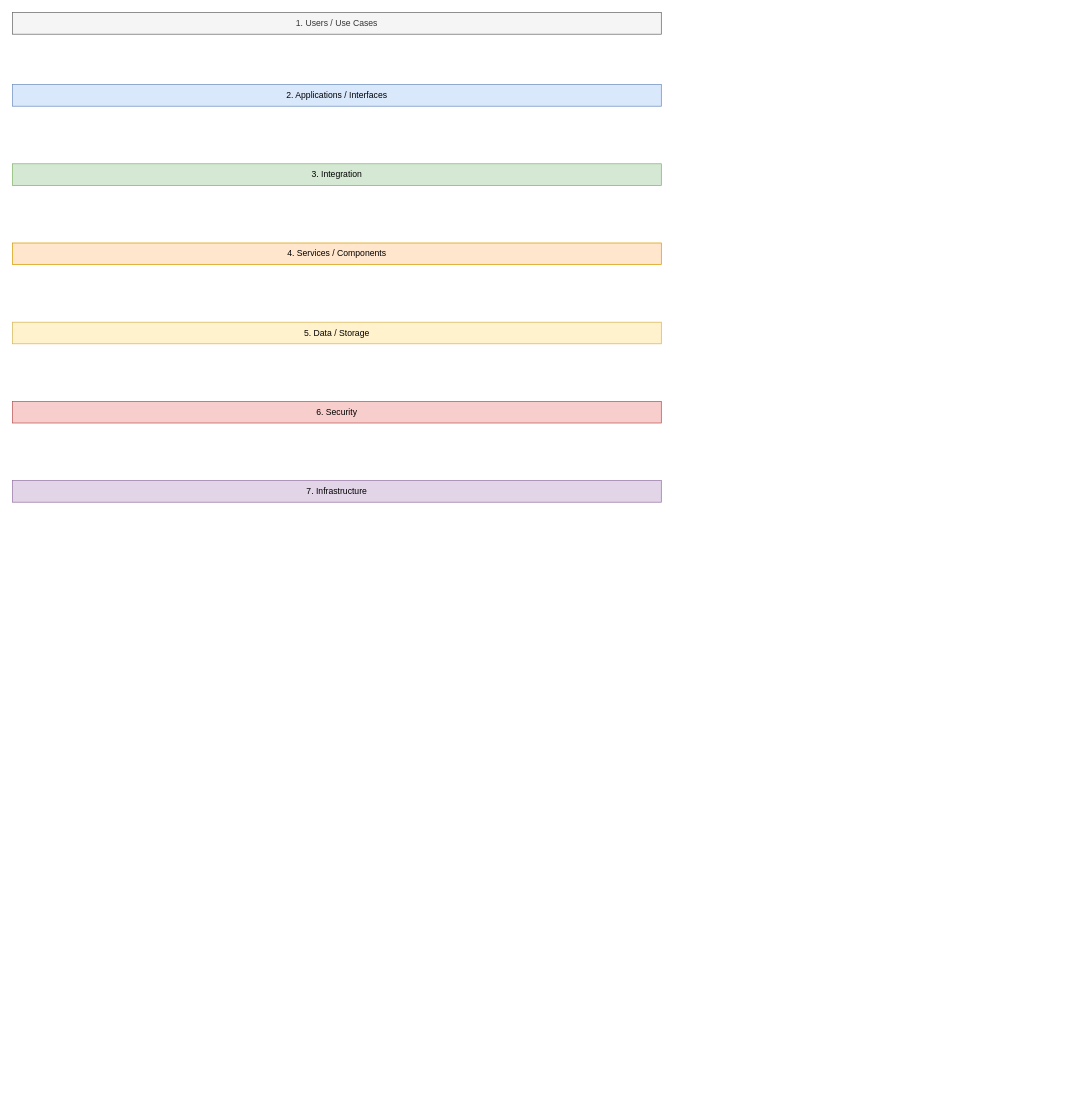
The draw.io diagram SPSM_Architecture_Matrix.drawio in Mundrack/Diagramas-DrawIO, before the edit. Source tidied: cells renumbered, new cells numbered last; positions are measured from the earlier drawing's top-left corner, leaving out a move shared by most shapes. Both pictures are drawn from the tidied source at 72%, with x=0, y=0 at pixel (12, 12).
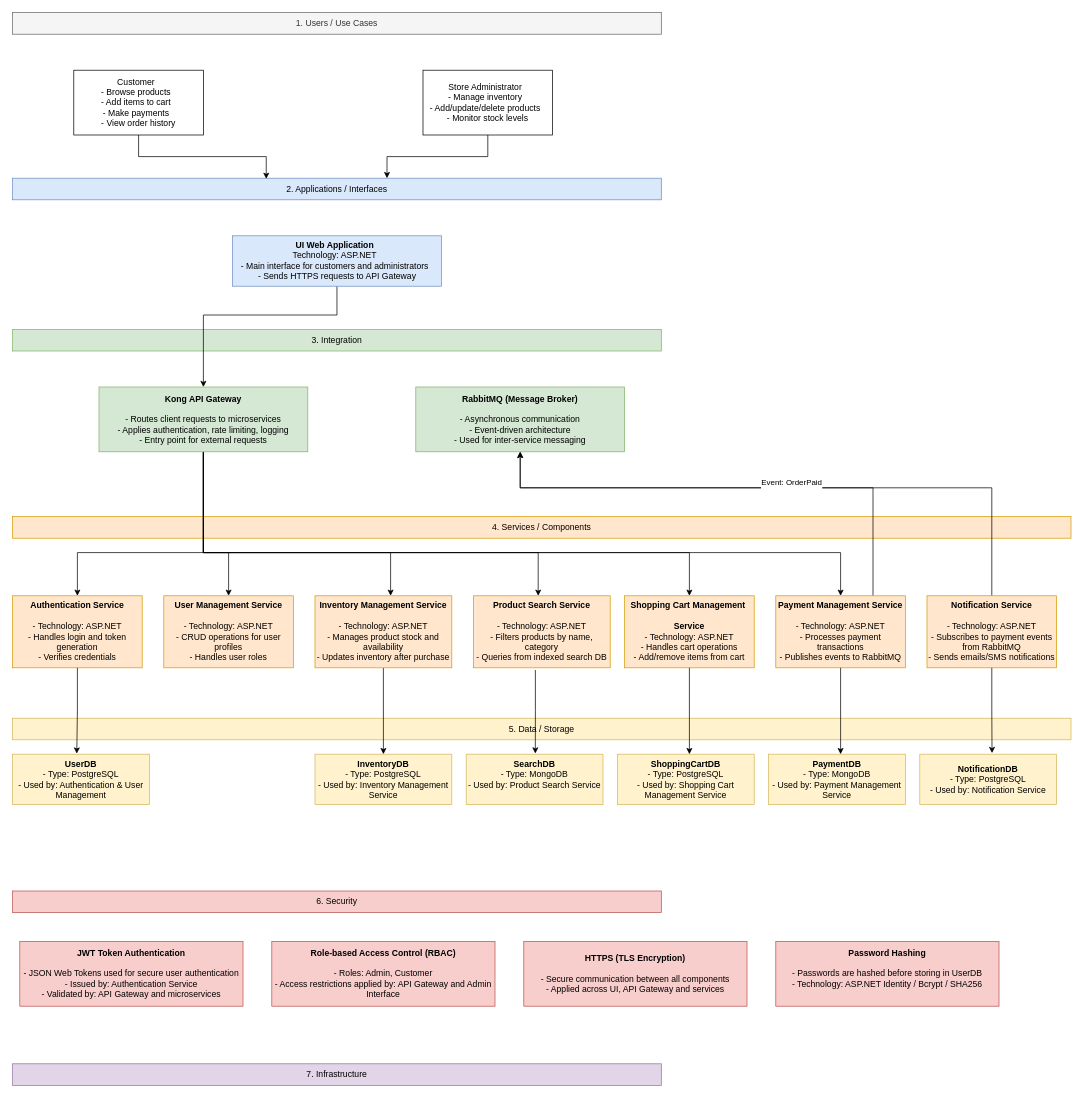
The same page after the edit.

Diff of the diagram source:
```diff
@@
     <mxCell id="3" value="&lt;div&gt;2. Applications / Interfaces&lt;/div&gt;" style="rounded=0;whiteSpace=wrap;html=1;fillColor=#dae8fc;strokeColor=#6c8ebf;" parent="1" vertex="1">
-      <mxGeometry y="100" width="901" height="30" as="geometry" />
+      <mxGeometry y="230" width="901" height="30" as="geometry" />
     </mxCell>
     <mxCell id="4" value="&lt;div&gt;3. Integration&lt;/div&gt;" style="rounded=0;whiteSpace=wrap;html=1;fillColor=#d5e8d4;strokeColor=#82b366;" parent="1" vertex="1">
-      <mxGeometry y="210" width="901" height="30" as="geometry" />
+      <mxGeometry y="440" width="901" height="30" as="geometry" />
     </mxCell>
-    <mxCell id="5" value="5. Data / Storage" style="rounded=0;whiteSpace=wrap;html=1;fillColor=#fff2cc;strokeColor=#d6b656;" parent="1" vertex="1">
-      <mxGeometry y="430" width="901" height="30" as="geometry" />
+    <mxCell id="5" value="&lt;div style=&quot;&quot;&gt;&lt;span style=&quot;background-color: transparent; color: light-dark(rgb(0, 0, 0), rgb(255, 255, 255));&quot;&gt;5. Data / Storage&lt;/span&gt;&lt;/div&gt;" style="rounded=0;whiteSpace=wrap;html=1;fillColor=#fff2cc;strokeColor=#d6b656;align=center;" parent="1" vertex="1">
+      <mxGeometry y="980" width="1470" height="30" as="geometry" />
     </mxCell>
     <mxCell id="6" value="4. Services / Components" style="rounded=0;whiteSpace=wrap;html=1;fillColor=#ffe6cc;strokeColor=#d79b00;" parent="1" vertex="1">
-      <mxGeometry y="320" width="901" height="30" as="geometry" />
+      <mxGeometry y="700" width="1470" height="30" as="geometry" />
     </mxCell>
     <mxCell id="7" value="6. Security" style="rounded=0;whiteSpace=wrap;html=1;fillColor=#f8cecc;strokeColor=#b85450;" parent="1" vertex="1">
-      <mxGeometry y="540" width="901" height="30" as="geometry" />
+      <mxGeometry y="1220" width="901" height="30" as="geometry" />
     </mxCell>
     <mxCell id="8" value="7. Infrastructure" style="rounded=0;whiteSpace=wrap;html=1;fillColor=#e1d5e7;strokeColor=#9673a6;" parent="1" vertex="1">
-      <mxGeometry y="650" width="901" height="30" as="geometry" />
+      <mxGeometry y="1460" width="901" height="30" as="geometry" />
     </mxCell>
+    <mxCell id="9" style="edgeStyle=orthogonalEdgeStyle;rounded=0;jettySize=auto;html=1;entryX=0.391;entryY=0.033;entryDx=0;entryDy=0;entryPerimeter=0;" parent="1" edge="1" source="10" target="3">
+      <mxGeometry relative="1" as="geometry" />
+    </mxCell>
+    <mxCell id="10" value="&lt;div&gt;Customer&amp;nbsp;&amp;nbsp;&lt;/div&gt;&lt;div&gt;- Browse products&amp;nbsp;&amp;nbsp;&lt;/div&gt;&lt;div&gt;- Add items to cart&amp;nbsp;&amp;nbsp;&lt;/div&gt;&lt;div&gt;- Make payments&amp;nbsp;&amp;nbsp;&lt;/div&gt;&lt;div&gt;- View order history&lt;/div&gt;" style="whiteSpace=wrap;html=1;" parent="1" vertex="1">
+      <mxGeometry x="85" y="80" width="180" height="90" as="geometry" />
+    </mxCell>
+    <mxCell id="11" style="edgeStyle=orthogonalEdgeStyle;rounded=0;jettySize=auto;html=1;exitX=0.5;exitY=1;exitDx=0;exitDy=0;" parent="1" edge="1" source="12">
+      <mxGeometry relative="1" as="geometry">
+        <mxPoint x="520" y="230" as="targetPoint" />
+        <Array as="points">
+          <mxPoint x="660" y="200" />
+          <mxPoint x="520" y="200" />
+          <mxPoint x="520" y="230" />
+        </Array>
+      </mxGeometry>
+    </mxCell>
+    <mxCell id="12" value="&lt;div&gt;Store Administrator&amp;nbsp;&amp;nbsp;&lt;/div&gt;&lt;div&gt;- Manage inventory&amp;nbsp;&amp;nbsp;&lt;/div&gt;&lt;div&gt;- Add/update/delete products&amp;nbsp;&amp;nbsp;&lt;/div&gt;&lt;div&gt;- Monitor stock levels&lt;/div&gt;" style="whiteSpace=wrap;html=1;" parent="1" vertex="1">
+      <mxGeometry x="570" y="80" width="180" height="90" as="geometry" />
+    </mxCell>
+    <mxCell id="13" style="edgeStyle=orthogonalEdgeStyle;rounded=0;jettySize=auto;html=1;exitX=0.5;exitY=1;exitDx=0;exitDy=0;" parent="1" edge="1" source="14" target="21">
+      <mxGeometry relative="1" as="geometry">
+        <Array as="points">
+          <mxPoint x="451" y="420" />
+          <mxPoint x="265" y="420" />
+        </Array>
+      </mxGeometry>
+    </mxCell>
+    <mxCell id="14" value="&lt;div&gt;&lt;b&gt;UI Web Application&amp;nbsp;&amp;nbsp;&lt;/b&gt;&lt;/div&gt;&lt;div&gt;Technology: ASP.NET&amp;nbsp;&amp;nbsp;&lt;/div&gt;&lt;div&gt;- Main interface for customers and administrators&amp;nbsp;&amp;nbsp;&lt;/div&gt;&lt;div&gt;- Sends HTTPS requests to API Gateway&lt;/div&gt;" style="whiteSpace=wrap;html=1;fillColor=#dae8fc;strokeColor=#6c8ebf;" parent="1" vertex="1">
+      <mxGeometry x="305.5" y="310" width="290" height="70" as="geometry" />
+    </mxCell>
+    <mxCell id="15" style="edgeStyle=orthogonalEdgeStyle;rounded=0;jettySize=auto;html=1;entryX=0.5;entryY=0;entryDx=0;entryDy=0;" parent="1" edge="1" source="21" target="23">
+      <mxGeometry relative="1" as="geometry">
+        <Array as="points">
+          <mxPoint x="265" y="750" />
+          <mxPoint x="90" y="750" />
+        </Array>
+      </mxGeometry>
+    </mxCell>
+    <mxCell id="16" style="edgeStyle=orthogonalEdgeStyle;rounded=0;jettySize=auto;html=1;entryX=0.5;entryY=0;entryDx=0;entryDy=0;" parent="1" edge="1" source="21" target="24">
+      <mxGeometry relative="1" as="geometry">
+        <Array as="points">
+          <mxPoint x="265" y="750" />
+          <mxPoint x="300" y="750" />
+        </Array>
+      </mxGeometry>
+    </mxCell>
+    <mxCell id="17" style="edgeStyle=orthogonalEdgeStyle;rounded=0;jettySize=auto;html=1;" parent="1" edge="1" source="21" target="26">
+      <mxGeometry relative="1" as="geometry">
+        <Array as="points">
+          <mxPoint x="265" y="750" />
+          <mxPoint x="525" y="750" />
+        </Array>
+      </mxGeometry>
+    </mxCell>
+    <mxCell id="18" style="edgeStyle=orthogonalEdgeStyle;rounded=0;jettySize=auto;html=1;" parent="1" edge="1" source="21" target="27">
+      <mxGeometry relative="1" as="geometry">
+        <Array as="points">
+          <mxPoint x="265" y="750" />
+          <mxPoint x="730" y="750" />
+        </Array>
+      </mxGeometry>
+    </mxCell>
+    <mxCell id="19" style="edgeStyle=orthogonalEdgeStyle;rounded=0;jettySize=auto;html=1;" parent="1" edge="1" source="21" target="28">
+      <mxGeometry relative="1" as="geometry">
+        <Array as="points">
+          <mxPoint x="265" y="750" />
+          <mxPoint x="940" y="750" />
+        </Array>
+      </mxGeometry>
+    </mxCell>
+    <mxCell id="20" style="edgeStyle=orthogonalEdgeStyle;rounded=0;jettySize=auto;html=1;" parent="1" edge="1" source="21" target="30">
+      <mxGeometry relative="1" as="geometry">
+        <Array as="points">
+          <mxPoint x="265" y="750" />
+          <mxPoint x="1150" y="750" />
+        </Array>
+      </mxGeometry>
+    </mxCell>
+    <mxCell id="21" value="&lt;div&gt;&lt;b&gt;Kong API Gateway&lt;/b&gt;&lt;/div&gt;&lt;div&gt;&lt;br&gt;&lt;/div&gt;&lt;div&gt;- Routes client requests to microservices&lt;/div&gt;&lt;div&gt;- Applies authentication, rate limiting, logging&lt;/div&gt;&lt;div&gt;- Entry point for external requests&lt;/div&gt;" style="whiteSpace=wrap;html=1;fillColor=#d5e8d4;strokeColor=#82b366;" parent="1" vertex="1">
+      <mxGeometry x="120" y="520" width="290" height="90" as="geometry" />
+    </mxCell>
+    <mxCell id="22" value="&lt;div&gt;&lt;b&gt;RabbitMQ (Message Broker)&lt;/b&gt;&lt;/div&gt;&lt;div&gt;&lt;b&gt;&lt;br&gt;&lt;/b&gt;&lt;/div&gt;&lt;div&gt;- Asynchronous communication&lt;/div&gt;&lt;div&gt;- Event-driven architecture&lt;/div&gt;&lt;div&gt;- Used for inter-service messaging&lt;/div&gt;" style="whiteSpace=wrap;html=1;fillColor=#d5e8d4;strokeColor=#82b366;" parent="1" vertex="1">
+      <mxGeometry x="560" y="520" width="290" height="90" as="geometry" />
+    </mxCell>
+    <mxCell id="23" value="&lt;div&gt;&lt;b&gt;Authentication Service&lt;/b&gt;&lt;/div&gt;&lt;div&gt;&lt;b&gt;&lt;br&gt;&lt;/b&gt;&lt;/div&gt;&lt;div&gt;- Technology: ASP.NET&lt;/div&gt;&lt;div&gt;- Handles login and token generation&lt;/div&gt;&lt;div&gt;- Verifies credentials&lt;/div&gt;" style="whiteSpace=wrap;html=1;fillColor=#ffe6cc;strokeColor=#d79b00;" parent="1" vertex="1">
+      <mxGeometry y="810" width="180" height="100" as="geometry" />
+    </mxCell>
+    <mxCell id="24" value="&lt;div&gt;&lt;b&gt;User Management Service&lt;/b&gt;&lt;/div&gt;&lt;div&gt;&lt;b&gt;&lt;br&gt;&lt;/b&gt;&lt;/div&gt;&lt;div&gt;- Technology: ASP.NET&lt;/div&gt;&lt;div&gt;- CRUD operations for user profiles&lt;/div&gt;&lt;div&gt;- Handles user roles&lt;/div&gt;" style="whiteSpace=wrap;html=1;fillColor=#ffe6cc;strokeColor=#d79b00;" parent="1" vertex="1">
+      <mxGeometry x="210" y="810" width="180" height="100" as="geometry" />
+    </mxCell>
+    <mxCell id="25" style="edgeStyle=orthogonalEdgeStyle;rounded=0;jettySize=auto;html=1;" parent="1" edge="1" source="26" target="34">
+      <mxGeometry relative="1" as="geometry" />
+    </mxCell>
+    <mxCell id="26" value="&lt;div&gt;&lt;b&gt;Inventory Management Service&lt;/b&gt;&lt;/div&gt;&lt;div&gt;&lt;b&gt;&lt;br&gt;&lt;/b&gt;&lt;/div&gt;&lt;div&gt;- Technology: ASP.NET&lt;/div&gt;&lt;div&gt;- Manages product stock and availability&lt;/div&gt;&lt;div&gt;- Updates inventory after purchase&lt;/div&gt;" style="whiteSpace=wrap;html=1;fillColor=#ffe6cc;strokeColor=#d79b00;" parent="1" vertex="1">
+      <mxGeometry x="420" y="810" width="190" height="100" as="geometry" />
+    </mxCell>
+    <mxCell id="27" value="&lt;div&gt;&lt;b&gt;Product Search Service&lt;/b&gt;&lt;/div&gt;&lt;div&gt;&lt;b&gt;&lt;br&gt;&lt;/b&gt;&lt;/div&gt;&lt;div&gt;- Technology: ASP.NET&lt;/div&gt;&lt;div&gt;- Filters products by name, category&lt;/div&gt;&lt;div&gt;- Queries from indexed search DB&lt;/div&gt;" style="whiteSpace=wrap;html=1;fillColor=#ffe6cc;strokeColor=#d79b00;" parent="1" vertex="1">
+      <mxGeometry x="640" y="810" width="190" height="100" as="geometry" />
+    </mxCell>
+    <mxCell id="28" value="&lt;div&gt;&lt;b&gt;Shopping Cart Management&amp;nbsp;&lt;/b&gt;&lt;/div&gt;&lt;div&gt;&lt;b&gt;&lt;br&gt;&lt;/b&gt;&lt;/div&gt;&lt;div&gt;&lt;b&gt;Service&lt;/b&gt;&lt;/div&gt;&lt;div&gt;- Technology: ASP.NET&lt;/div&gt;&lt;div&gt;- Handles cart operations&lt;/div&gt;&lt;div&gt;- Add/remove items from cart&lt;/div&gt;" style="whiteSpace=wrap;html=1;fillColor=#ffe6cc;strokeColor=#d79b00;" parent="1" vertex="1">
+      <mxGeometry x="850" y="810" width="180" height="100" as="geometry" />
+    </mxCell>
+    <mxCell id="29" style="edgeStyle=orthogonalEdgeStyle;rounded=0;jettySize=auto;html=1;exitX=0.75;exitY=0;exitDx=0;exitDy=0;" parent="1" edge="1" source="30" target="22">
+      <mxGeometry relative="1" as="geometry">
+        <Array as="points">
+          <mxPoint x="1195" y="660" />
+          <mxPoint x="705" y="660" />
+        </Array>
+      </mxGeometry>
+    </mxCell>
+    <mxCell id="30" value="&lt;div&gt;&lt;b&gt;Payment Management Service&lt;/b&gt;&lt;/div&gt;&lt;div&gt;&lt;b&gt;&lt;br&gt;&lt;/b&gt;&lt;/div&gt;&lt;div&gt;- Technology: ASP.NET&lt;/div&gt;&lt;div&gt;- Processes payment transactions&lt;/div&gt;&lt;div&gt;- Publishes events to RabbitMQ&lt;/div&gt;" style="whiteSpace=wrap;html=1;fillColor=#ffe6cc;strokeColor=#d79b00;" parent="1" vertex="1">
+      <mxGeometry x="1060" y="810" width="180" height="100" as="geometry" />
+    </mxCell>
+    <mxCell id="31" value="&#10;Event: OrderPaid&#10;&#10;" style="edgeStyle=orthogonalEdgeStyle;rounded=0;jettySize=auto;html=1;" parent="1" edge="1" source="32" target="22">
+      <mxGeometry relative="1" as="geometry">
+        <Array as="points">
+          <mxPoint x="1360" y="660" />
+          <mxPoint x="705" y="660" />
+        </Array>
+      </mxGeometry>
+    </mxCell>
+    <mxCell id="32" value="&lt;div&gt;&lt;b&gt;Notification Service&lt;/b&gt;&lt;/div&gt;&lt;div&gt;&lt;b&gt;&lt;br&gt;&lt;/b&gt;&lt;/div&gt;&lt;div&gt;- Technology: ASP.NET&lt;/div&gt;&lt;div&gt;- Subscribes to payment events from RabbitMQ&lt;/div&gt;&lt;div&gt;- Sends emails/SMS notifications&lt;/div&gt;" style="whiteSpace=wrap;html=1;fillColor=#ffe6cc;strokeColor=#d79b00;" parent="1" vertex="1">
+      <mxGeometry x="1270" y="810" width="180" height="100" as="geometry" />
+    </mxCell>
+    <mxCell id="33" value="&lt;b&gt;UserDB&lt;/b&gt;&lt;div&gt;&lt;div&gt;- Type: PostgreSQL&lt;/div&gt;&lt;div&gt;- Used by: Authentication &amp;amp; User Management&lt;/div&gt;&lt;/div&gt;" style="whiteSpace=wrap;html=1;fillColor=#fff2cc;strokeColor=#d6b656;" parent="1" vertex="1">
+      <mxGeometry y="1030" width="190" height="70" as="geometry" />
+    </mxCell>
+    <mxCell id="34" value="&lt;b&gt;InventoryDB&lt;/b&gt;&lt;div&gt;&lt;div&gt;- Type: PostgreSQL&lt;/div&gt;&lt;div&gt;- Used by: Inventory Management Service&lt;/div&gt;&lt;/div&gt;" style="whiteSpace=wrap;html=1;fillColor=#fff2cc;strokeColor=#d6b656;" parent="1" vertex="1">
+      <mxGeometry x="420" y="1030" width="190" height="70" as="geometry" />
+    </mxCell>
+    <mxCell id="35" value="&lt;b&gt;SearchDB&lt;/b&gt;&lt;div&gt;&lt;div&gt;- Type: MongoDB&lt;/div&gt;&lt;div&gt;- Used by: Product Search Service&lt;/div&gt;&lt;/div&gt;&lt;div&gt;&lt;br&gt;&lt;/div&gt;" style="whiteSpace=wrap;html=1;fillColor=#fff2cc;strokeColor=#d6b656;" parent="1" vertex="1">
+      <mxGeometry x="630" y="1030" width="190" height="70" as="geometry" />
+    </mxCell>
+    <mxCell id="36" value="&lt;b&gt;ShoppingCartDB&lt;/b&gt;&lt;div&gt;&lt;div&gt;- Type: PostgreSQL&lt;/div&gt;&lt;div&gt;- Used by: Shopping Cart Management Service&lt;/div&gt;&lt;/div&gt;" style="whiteSpace=wrap;html=1;fillColor=#fff2cc;strokeColor=#d6b656;" parent="1" vertex="1">
+      <mxGeometry x="840" y="1030" width="190" height="70" as="geometry" />
+    </mxCell>
+    <mxCell id="37" value="&lt;b&gt;PaymentDB&lt;/b&gt;&lt;div&gt;&lt;div&gt;- Type: MongoDB&lt;/div&gt;&lt;div&gt;- Used by: Payment Management Service&lt;/div&gt;&lt;/div&gt;" style="whiteSpace=wrap;html=1;fillColor=#fff2cc;strokeColor=#d6b656;" parent="1" vertex="1">
+      <mxGeometry x="1050" y="1030" width="190" height="70" as="geometry" />
+    </mxCell>
+    <mxCell id="38" value="&lt;b&gt;NotificationDB&lt;/b&gt;&lt;div&gt;&lt;div&gt;- Type: PostgreSQL&lt;/div&gt;&lt;div&gt;- Used by: Notification Service&lt;/div&gt;&lt;/div&gt;" style="whiteSpace=wrap;html=1;fillColor=#fff2cc;strokeColor=#d6b656;" parent="1" vertex="1">
+      <mxGeometry x="1260" y="1030" width="190" height="70" as="geometry" />
+    </mxCell>
+    <mxCell id="39" style="edgeStyle=orthogonalEdgeStyle;rounded=0;jettySize=auto;html=1;entryX=0.469;entryY=-0.011;entryDx=0;entryDy=0;entryPerimeter=0;" parent="1" edge="1" source="23" target="33">
+      <mxGeometry relative="1" as="geometry" />
+    </mxCell>
+    <mxCell id="40" style="edgeStyle=orthogonalEdgeStyle;rounded=0;jettySize=auto;html=1;exitX=0.453;exitY=1.03;exitDx=0;exitDy=0;exitPerimeter=0;" parent="1" edge="1" source="27">
+      <mxGeometry relative="1" as="geometry">
+        <mxPoint x="726" y="1029" as="targetPoint" />
+      </mxGeometry>
+    </mxCell>
+    <mxCell id="41" style="edgeStyle=orthogonalEdgeStyle;rounded=0;jettySize=auto;html=1;" parent="1" edge="1" source="28">
+      <mxGeometry relative="1" as="geometry">
+        <mxPoint x="940" y="1030" as="targetPoint" />
+      </mxGeometry>
+    </mxCell>
+    <mxCell id="42" style="edgeStyle=orthogonalEdgeStyle;rounded=0;jettySize=auto;html=1;" parent="1" edge="1" source="30">
+      <mxGeometry relative="1" as="geometry">
+        <mxPoint x="1150" y="1030" as="targetPoint" />
+      </mxGeometry>
+    </mxCell>
+    <mxCell id="43" style="edgeStyle=orthogonalEdgeStyle;rounded=0;jettySize=auto;html=1;entryX=0.528;entryY=-0.022;entryDx=0;entryDy=0;entryPerimeter=0;" parent="1" edge="1" source="32" target="38">
+      <mxGeometry relative="1" as="geometry" />
+    </mxCell>
+    <mxCell id="44" value="&lt;b&gt;JWT Token Authentication&lt;/b&gt;&lt;div&gt;&lt;b&gt;&lt;br&gt;&lt;/b&gt;&lt;div&gt;&lt;div&gt;- JSON Web Tokens used for secure user authentication&lt;/div&gt;&lt;div&gt;- Issued by: Authentication Service&lt;/div&gt;&lt;div&gt;- Validated by: API Gateway and microservices&lt;/div&gt;&lt;/div&gt;&lt;/div&gt;" style="whiteSpace=wrap;html=1;fillColor=#f8cecc;strokeColor=#b85450;" parent="1" vertex="1">
+      <mxGeometry x="10" y="1290" width="310" height="90" as="geometry" />
+    </mxCell>
+    <mxCell id="45" value="&lt;b&gt;Role-based Access Control (RBAC)&lt;/b&gt;&lt;div&gt;&lt;b&gt;&lt;br&gt;&lt;/b&gt;&lt;div&gt;&lt;div&gt;- Roles: Admin, Customer&lt;/div&gt;&lt;div&gt;- Access restrictions applied by: API Gateway and Admin Interface&lt;/div&gt;&lt;/div&gt;&lt;/div&gt;" style="whiteSpace=wrap;html=1;fillColor=#f8cecc;strokeColor=#b85450;" parent="1" vertex="1">
+      <mxGeometry x="360" y="1290" width="310" height="90" as="geometry" />
+    </mxCell>
+    <mxCell id="46" value="&lt;b&gt;HTTPS (TLS Encryption)&lt;/b&gt;&lt;div&gt;&amp;nbsp;&lt;span style=&quot;white-space: pre;&quot;&gt;&#9;&lt;br&gt;&lt;/span&gt;&lt;span style=&quot;background-color: transparent;&quot;&gt;- Secure communication between all components&lt;br&gt;- Applied across UI, API Gateway and services&lt;/span&gt;&lt;/div&gt;" style="whiteSpace=wrap;html=1;fillColor=#f8cecc;strokeColor=#b85450;" parent="1" vertex="1">
+      <mxGeometry x="710" y="1290" width="310" height="90" as="geometry" />
+    </mxCell>
+    <mxCell id="47" value="&lt;b&gt;Password Hashing&lt;/b&gt;&lt;div&gt;&lt;div&gt;&lt;br&gt;&lt;/div&gt;&lt;div&gt;- Passwords are hashed before storing in UserDB&lt;/div&gt;&lt;div&gt;- Technology: ASP.NET Identity / Bcrypt / SHA256&lt;/div&gt;&lt;/div&gt;&lt;div&gt;&lt;br&gt;&lt;/div&gt;" style="whiteSpace=wrap;html=1;fillColor=#f8cecc;strokeColor=#b85450;" parent="1" vertex="1">
+      <mxGeometry x="1060" y="1290" width="310" height="90" as="geometry" />
+    </mxCell>
```
